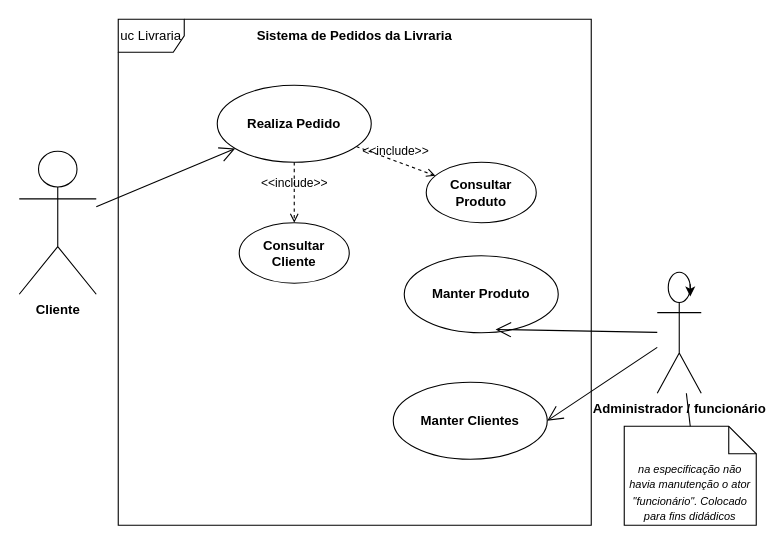
Above: src/main/resources/static/uml_diagrama-caso-de-uso.drawio in herbertscbr/uninter.api-desenvolvimento-web-backend (draw.io), before the change. Source tidied: cells renumbered, new cells numbered last; positions are measured from the earlier drawing's top-left corner, leaving out a move shared by most shapes. Both pictures are drawn from the tidied source at 110%, with x=0, y=0 at pixel (19, 19).
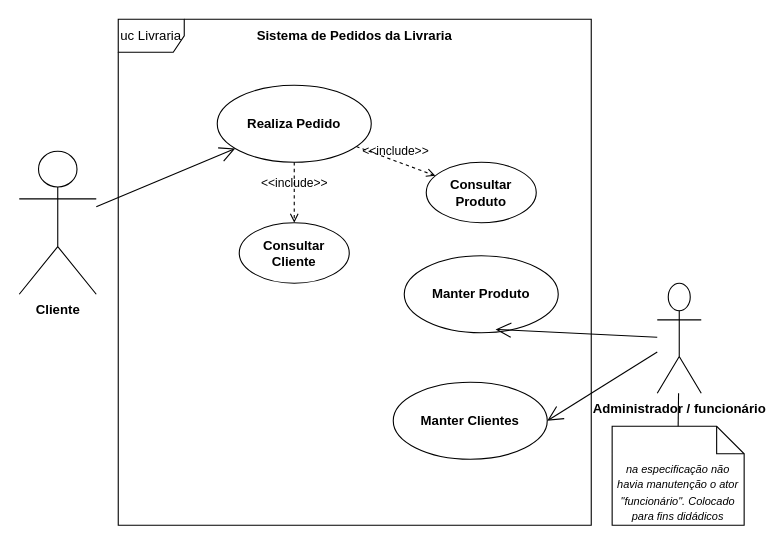
The same page after the edit.

Change to the diagram source:
```diff
@@
 <mxGraphModel>
   <root>
     <mxCell id="0" />
     <mxCell id="1" parent="0" />
     <mxCell id="2" value="Cliente" style="shape=umlActor;verticalLabelPosition=bottom;verticalAlign=top;html=1;outlineConnect=0;fontStyle=1;" parent="1" vertex="1">
       <mxGeometry y="120" width="70" height="130" as="geometry" />
     </mxCell>
     <mxCell id="3" value="Realiza Pedido" style="ellipse;whiteSpace=wrap;html=1;fontStyle=1;" parent="1" vertex="1">
       <mxGeometry x="180" y="60" width="140" height="70" as="geometry" />
     </mxCell>
     <mxCell id="4" style="endArrow=open;endFill=1;endSize=12;html=1;rounded=0;" parent="1" edge="1" source="2" target="3">
       <mxGeometry relative="1" as="geometry" />
     </mxCell>
     <mxCell id="5" value="Manter Produto" style="ellipse;whiteSpace=wrap;html=1;fontStyle=1;" parent="1" vertex="1">
       <mxGeometry x="350" y="215" width="140" height="70" as="geometry" />
     </mxCell>
     <mxCell id="6" value="Administrador / funcionário" style="shape=umlActor;verticalLabelPosition=bottom;verticalAlign=top;html=1;outlineConnect=0;fontStyle=1;" parent="1" vertex="1">
-      <mxGeometry x="580" y="230" width="40" height="110" as="geometry" />
+      <mxGeometry x="580" y="240" width="40" height="100" as="geometry" />
     </mxCell>
     <mxCell id="7" style="endArrow=open;endFill=1;endSize=12;html=1;rounded=0;entryX=0.593;entryY=0.957;entryDx=0;entryDy=0;entryPerimeter=0;" parent="1" edge="1" source="6" target="5">
       <mxGeometry relative="1" as="geometry" />
     </mxCell>
     <mxCell id="8" value="&lt;div&gt;uc Livraria&lt;/div&gt;" style="shape=umlFrame;whiteSpace=wrap;html=1;" parent="1" vertex="1">
       <mxGeometry x="90" width="430" height="460" as="geometry" />
     </mxCell>
     <mxCell id="9" value="Manter Clientes" style="ellipse;whiteSpace=wrap;html=1;fontStyle=1;" parent="1" vertex="1">
       <mxGeometry x="340" y="330" width="140" height="70" as="geometry" />
     </mxCell>
     <mxCell id="10" style="endArrow=open;endFill=1;endSize=12;html=1;rounded=0;entryX=1;entryY=0.5;entryDx=0;entryDy=0;" parent="1" edge="1" source="6" target="9">
       <mxGeometry relative="1" as="geometry" />
     </mxCell>
     <mxCell id="11" value="Sistema de Pedidos da Livraria" style="text;html=1;whiteSpace=wrap;strokeColor=none;fillColor=none;align=center;verticalAlign=middle;rounded=0;fontStyle=1;strokeWidth=2;perimeterSpacing=1;" parent="1" vertex="1">
       <mxGeometry x="175" width="260" height="30" as="geometry" />
     </mxCell>
     <mxCell id="12" value="&lt;font style=&quot;font-size: 10px;&quot;&gt;&lt;i&gt;na especificação não havia manutenção o ator &quot;funcionário&quot;. Colocado para fins didádicos&lt;/i&gt;&lt;/font&gt;" style="shape=note2;boundedLbl=1;whiteSpace=wrap;html=1;size=25;verticalAlign=top;align=center;" parent="1" vertex="1">
-      <mxGeometry x="550" y="370" width="120" height="90" as="geometry" />
+      <mxGeometry x="539" y="370" width="120" height="90" as="geometry" />
     </mxCell>
     <mxCell id="13" value="&amp;lt;&amp;lt;include&amp;gt;&amp;gt;" style="html=1;verticalAlign=bottom;labelBackgroundColor=none;endArrow=open;endFill=0;dashed=1;rounded=0;" parent="1" edge="1" source="3" target="15">
       <mxGeometry relative="1" as="geometry" />
     </mxCell>
     <mxCell id="14" style="endArrow=none;startArrow=none;endFill=0;startFill=0;endSize=8;html=1;verticalAlign=bottom;labelBackgroundColor=none;strokeWidth=1;rounded=0;entryX=0.5;entryY=0;entryDx=0;entryDy=0;entryPerimeter=0;" parent="1" edge="1" source="6" target="12">
       <mxGeometry relative="1" as="geometry" />
     </mxCell>
     <mxCell id="15" value="Consultar Produto" style="ellipse;whiteSpace=wrap;html=1;fontStyle=1;" parent="1" vertex="1">
       <mxGeometry x="370" y="130" width="100" height="55" as="geometry" />
     </mxCell>
     <mxCell id="16" value="Consultar Cliente" style="ellipse;whiteSpace=wrap;html=1;fontStyle=1;" parent="1" vertex="1">
       <mxGeometry x="200" y="185" width="100" height="55" as="geometry" />
     </mxCell>
     <mxCell id="17" value="&amp;lt;&amp;lt;include&amp;gt;&amp;gt;" style="html=1;verticalAlign=bottom;labelBackgroundColor=none;endArrow=open;endFill=0;dashed=1;rounded=0;" parent="1" edge="1" source="3" target="16">
       <mxGeometry relative="1" as="geometry" />
     </mxCell>
-    <mxCell id="18" style="edgeStyle=orthogonalEdgeStyle;rounded=0;orthogonalLoop=1;jettySize=auto;html=1;innerLoopWaypoints=1;exitX=0.75;exitY=0.1;exitDx=0;exitDy=0;exitPerimeter=0;entryX=0.75;entryY=0.2;entryDx=0;entryDy=0;entryPerimeter=0;" parent="1" edge="1" source="6" target="6">
-      <mxGeometry relative="1" as="geometry" />
-    </mxCell>
   </root>
 </mxGraphModel>
```
